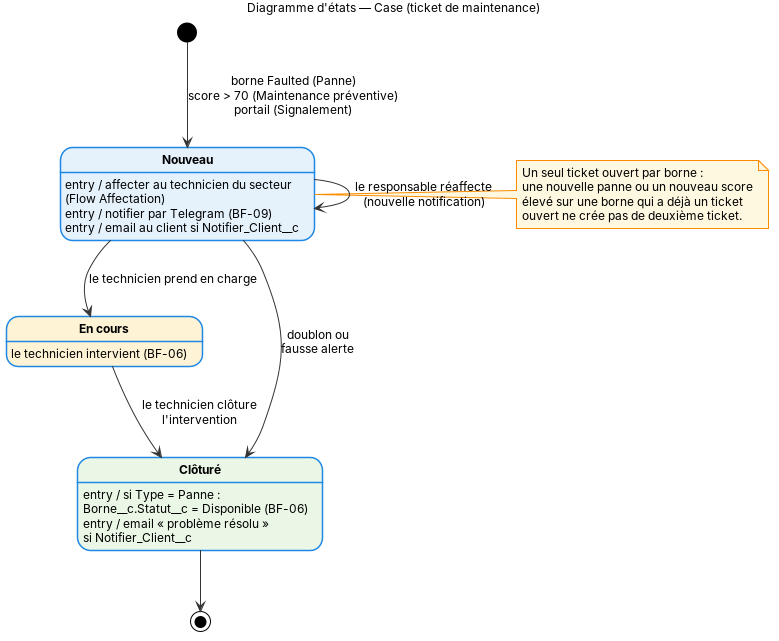
This is docs/conception/etats-ticket.png from Bahaeeddine15/voltcare, a PlantUML export, as it was before one commit. Its source is kept beside it as docs/conception/etats-ticket.puml. Source of this version:
```plantuml
@startuml etats-ticket
!include _style-etats.iuml
title Diagramme d'états — Case (ticket de maintenance)

state "Nouveau" as New #E5F2FC
New : entry / affecter au technicien du secteur\n(Flow Affectation)
New : entry / notifier par Telegram (BF-09)
New : entry / email au client si Notifier_Client__c

state "En cours" as Work #FFF3D6
Work : le technicien intervient (BF-06)

state "Clôturé" as Closed #EBF7E6
Closed : entry / si Type = Panne :\nBorne~__c.Statut~__c = Disponible (BF-06)
Closed : entry / email « problème résolu »\nsi Notifier_Client__c

[*] --> New : borne Faulted (Panne)\nscore > 70 (Maintenance préventive)\nportail (Signalement)
New --> Work : le technicien prend en charge
New --> New : le responsable réaffecte\n(nouvelle notification)
Work --> Closed : le technicien clôture\nl'intervention
New --> Closed : doublon ou\nfausse alerte
Closed --> [*]

note right of New
  Un seul ticket ouvert par borne :
  une nouvelle panne ou un nouveau score
  élevé sur une borne qui a déjà un ticket
  ouvert ne crée pas de deuxième ticket.
end note
@enduml
```
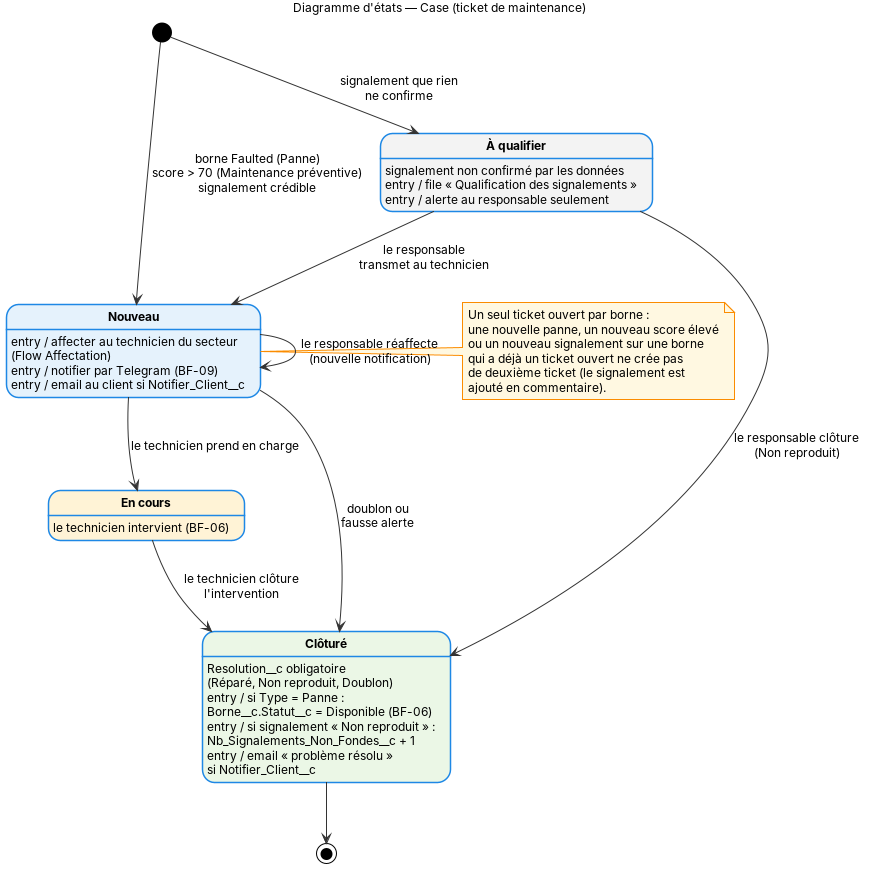
The same diagram one commit later.

Commit message:
Anti-abus des signalements : tri automatique, statut À qualifier, résolution (#12)

The edit, as a diff of the source:
```diff
@@ -2,19 +2,29 @@
 !include _style-etats.iuml
 title Diagramme d'états — Case (ticket de maintenance)
 
+state "À qualifier" as Qual #F3F3F3
+Qual : signalement non confirmé par les données
+Qual : entry / file « Qualification des signalements »
+Qual : entry / alerte au responsable seulement
+
 state "Nouveau" as New #E5F2FC
 New : entry / affecter au technicien du secteur\n(Flow Affectation)
 New : entry / notifier par Telegram (BF-09)
-New : entry / email au client si Notifier_Client__c
+New : entry / email au client si Notifier_Client~__c
 
 state "En cours" as Work #FFF3D6
 Work : le technicien intervient (BF-06)
 
 state "Clôturé" as Closed #EBF7E6
+Closed : Resolution~__c obligatoire\n(Réparé, Non reproduit, Doublon)
 Closed : entry / si Type = Panne :\nBorne~__c.Statut~__c = Disponible (BF-06)
-Closed : entry / email « problème résolu »\nsi Notifier_Client__c
+Closed : entry / si signalement « Non reproduit » :\nNb_Signalements_Non_Fondes~__c + 1
+Closed : entry / email « problème résolu »\nsi Notifier_Client~__c
 
-[*] --> New : borne Faulted (Panne)\nscore > 70 (Maintenance préventive)\nportail (Signalement)
+[*] --> New : borne Faulted (Panne)\nscore > 70 (Maintenance préventive)\nsignalement crédible
+[*] --> Qual : signalement que rien\nne confirme
+Qual --> New : le responsable\ntransmet au technicien
+Qual --> Closed : le responsable clôture\n(Non reproduit)
 New --> Work : le technicien prend en charge
 New --> New : le responsable réaffecte\n(nouvelle notification)
 Work --> Closed : le technicien clôture\nl'intervention
@@ -23,8 +33,10 @@
 
 note right of New
   Un seul ticket ouvert par borne :
-  une nouvelle panne ou un nouveau score
-  élevé sur une borne qui a déjà un ticket
-  ouvert ne crée pas de deuxième ticket.
+  une nouvelle panne, un nouveau score élevé
+  ou un nouveau signalement sur une borne
+  qui a déjà un ticket ouvert ne crée pas
+  de deuxième ticket (le signalement est
+  ajouté en commentaire).
 end note
 @enduml
```
